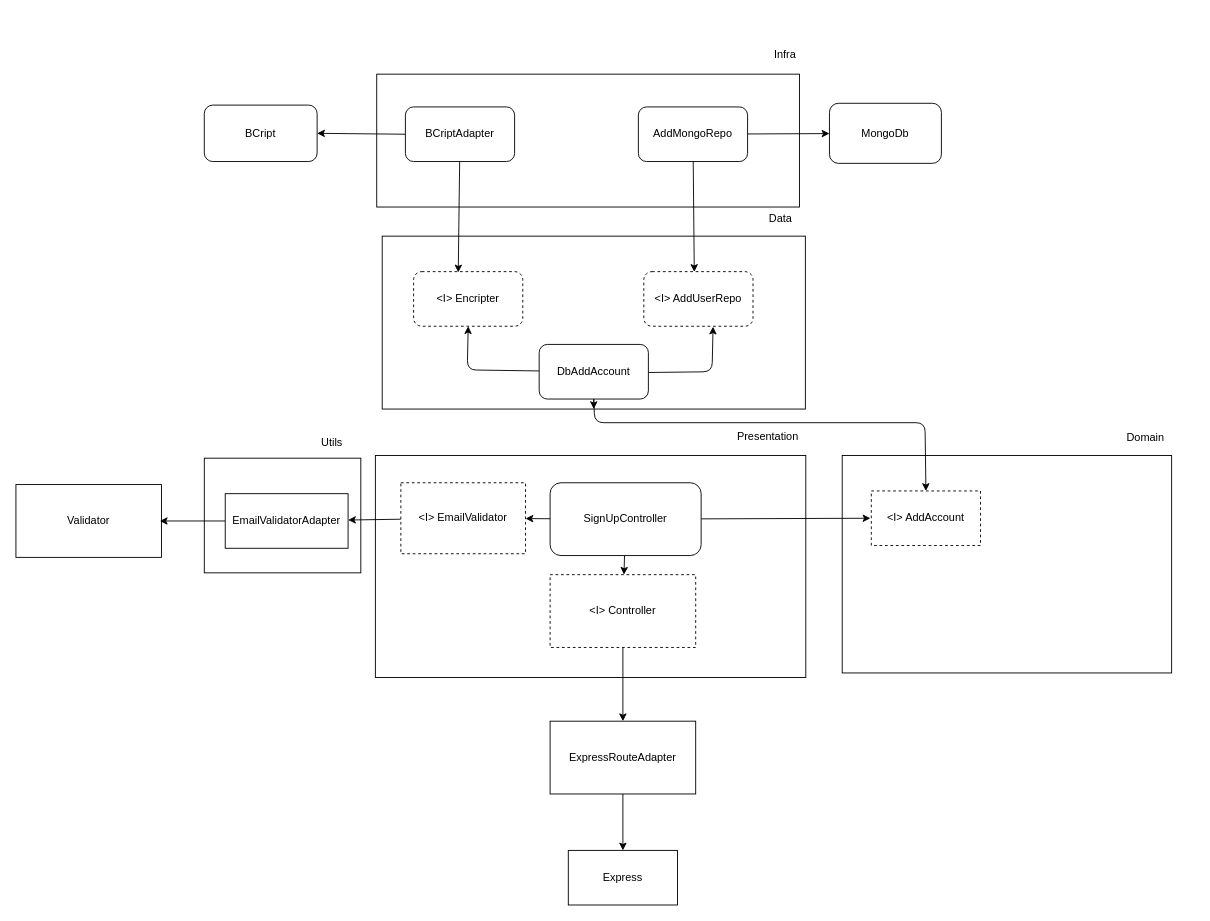
Earlier version of the draw.io diagram arch.drawio (crislerwin/clean-node-api). Source tidied: cells renumbered, new cells numbered last; positions are measured from the earlier drawing's top-left corner, leaving out a move shared by most shapes. Both pictures are drawn from the tidied source at 91%, with x=0, y=0 at pixel (15, 43).
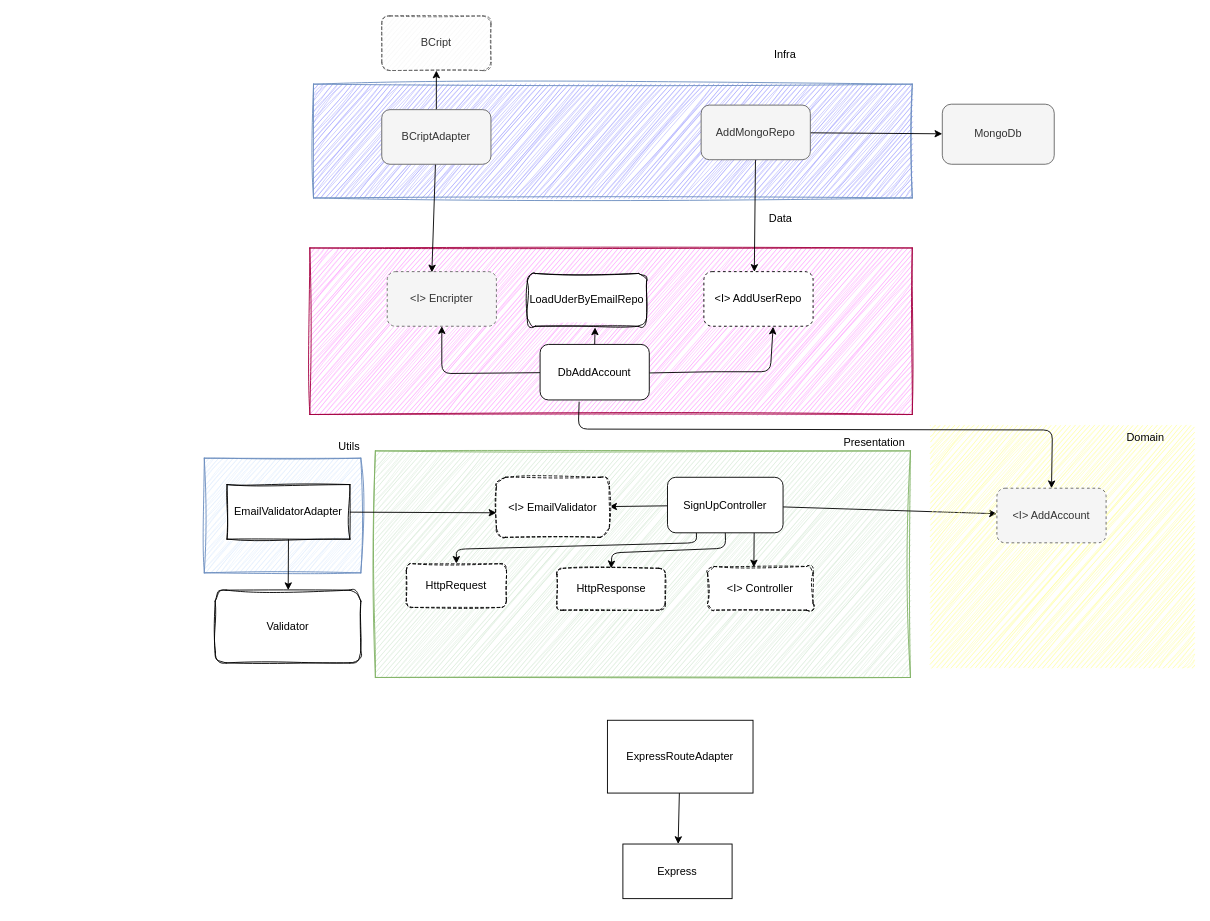
After the change.

What changed in the source:
```diff
@@
-    <mxCell id="2" value="MongoDb" style="rounded=1;whiteSpace=wrap;html=1;" parent="1" vertex="1">
-      <mxGeometry x="894" y="66" width="123" height="66" as="geometry" />
+    <mxCell id="2" value="MongoDb" style="rounded=1;whiteSpace=wrap;html=1;fillColor=#f5f5f5;fontColor=#333333;strokeColor=#666666;" parent="1" vertex="1">
+      <mxGeometry x="1018" y="67" width="123" height="66" as="geometry" />
     </mxCell>
-    <mxCell id="3" value="Validator" style="rounded=0;whiteSpace=wrap;html=1;" parent="1" vertex="1">
-      <mxGeometry y="485" width="160" height="80" as="geometry" />
+    <mxCell id="3" value="Validator" style="rounded=1;whiteSpace=wrap;html=1;sketch=1;curveFitting=1;jiggle=2;" parent="1" vertex="1">
+      <mxGeometry x="219" y="601" width="160" height="80" as="geometry" />
     </mxCell>
-    <mxCell id="4" value="BCript&lt;br&gt;" style="rounded=1;whiteSpace=wrap;html=1;" parent="1" vertex="1">
-      <mxGeometry x="207" y="68" width="124" height="62" as="geometry" />
-    </mxCell>
-    <mxCell id="5" style="rounded=0;whiteSpace=wrap;html=1;fillColor=none;" parent="1" vertex="1">
-      <mxGeometry x="395" y="453" width="473" height="244" as="geometry" />
+    <mxCell id="5" style="rounded=0;whiteSpace=wrap;html=1;fillColor=#d5e8d4;strokeColor=#82b366;shadow=0;sketch=1;curveFitting=1;jiggle=2;" parent="1" vertex="1">
+      <mxGeometry x="395" y="448" width="588" height="249" as="geometry" />
     </mxCell>
+    <mxCell id="7" style="edgeStyle=none;html=1;rounded=0;" parent="1" edge="1" source="9" target="13">
+      <mxGeometry relative="1" as="geometry" />
+    </mxCell>
+    <mxCell id="42" style="edgeStyle=none;html=1;" parent="1" edge="1" source="9" target="22">
+      <mxGeometry relative="1" as="geometry" />
+    </mxCell>
+    <mxCell id="43" style="edgeStyle=none;html=1;exitX=0.5;exitY=1;exitDx=0;exitDy=0;entryX=0.5;entryY=0;entryDx=0;entryDy=0;" parent="1" edge="1" source="9" target="50">
+      <mxGeometry relative="1" as="geometry">
+        <Array as="points">
+          <mxPoint x="780" y="555" />
+          <mxPoint x="655" y="560" />
+        </Array>
+      </mxGeometry>
+    </mxCell>
+    <mxCell id="44" style="edgeStyle=none;html=1;exitX=0.25;exitY=1;exitDx=0;exitDy=0;entryX=0.5;entryY=0;entryDx=0;entryDy=0;" parent="1" edge="1" source="9" target="51">
+      <mxGeometry relative="1" as="geometry">
+        <Array as="points">
+          <mxPoint x="748" y="549" />
+          <mxPoint x="484" y="556" />
+        </Array>
+      </mxGeometry>
+    </mxCell>
-    <mxCell id="6" style="edgeStyle=none;html=1;rounded=0;" parent="1" edge="1" source="9" target="11">
+    <mxCell id="6" style="edgeStyle=none;html=1;exitX=0.75;exitY=1;exitDx=0;exitDy=0;entryX=0.439;entryY=0.021;entryDx=0;entryDy=0;entryPerimeter=0;" parent="1" edge="1" source="9" target="11">
       <mxGeometry relative="1" as="geometry" />
     </mxCell>
-    <mxCell id="7" style="edgeStyle=none;html=1;rounded=0;" parent="1" edge="1" source="9" target="13">
-      <mxGeometry relative="1" as="geometry" />
-    </mxCell>
-    <mxCell id="8" style="edgeStyle=none;html=1;entryX=0;entryY=0.5;entryDx=0;entryDy=0;rounded=0;" parent="1" edge="1" source="9">
-      <mxGeometry relative="1" as="geometry">
-        <mxPoint x="939" y="522" as="targetPoint" />
-      </mxGeometry>
-    </mxCell>
     <mxCell id="9" value="SignUpController" style="rounded=1;whiteSpace=wrap;html=1;" parent="1" vertex="1">
-      <mxGeometry x="587" y="483" width="166" height="80" as="geometry" />
+      <mxGeometry x="716" y="477" width="127" height="61" as="geometry" />
     </mxCell>
-    <mxCell id="10" style="edgeStyle=none;html=1;rounded=0;" parent="1" edge="1" source="11" target="15">
-      <mxGeometry relative="1" as="geometry" />
-    </mxCell>
-    <mxCell id="11" value="&amp;lt;I&amp;gt; Controller" style="rounded=0;whiteSpace=wrap;html=1;dashed=1;" parent="1" vertex="1">
-      <mxGeometry x="587" y="584" width="160" height="80" as="geometry" />
+    <mxCell id="11" value="&amp;lt;I&amp;gt; Controller" style="rounded=1;whiteSpace=wrap;html=1;dashed=1;sketch=1;curveFitting=1;jiggle=2;" parent="1" vertex="1">
+      <mxGeometry x="760" y="575" width="116" height="48" as="geometry" />
     </mxCell>
-    <mxCell id="12" style="edgeStyle=none;html=1;rounded=0;" parent="1" edge="1" source="13" target="19">
-      <mxGeometry relative="1" as="geometry" />
-    </mxCell>
-    <mxCell id="13" value="&amp;lt;I&amp;gt; EmailValidator" style="rounded=0;whiteSpace=wrap;html=1;dashed=1;" parent="1" vertex="1">
-      <mxGeometry x="423" y="483" width="137" height="78" as="geometry" />
+    <mxCell id="13" value="&amp;lt;I&amp;gt; EmailValidator" style="rounded=1;whiteSpace=wrap;html=1;dashed=1;sketch=1;curveFitting=1;jiggle=2;" parent="1" vertex="1">
+      <mxGeometry x="528" y="477" width="124" height="66" as="geometry" />
     </mxCell>
@@
     <mxCell id="15" value="ExpressRouteAdapter" style="rounded=0;whiteSpace=wrap;html=1;" parent="1" vertex="1">
-      <mxGeometry x="587" y="745" width="160" height="80" as="geometry" />
+      <mxGeometry x="650" y="744" width="160" height="80" as="geometry" />
     </mxCell>
     <mxCell id="16" value="Express" style="whiteSpace=wrap;html=1;rounded=0;" parent="1" vertex="1">
-      <mxGeometry x="607" y="887" width="120" height="60" as="geometry" />
+      <mxGeometry x="667" y="880" width="120" height="60" as="geometry" />
     </mxCell>
-    <mxCell id="17" style="rounded=0;whiteSpace=wrap;html=1;fillColor=none;" parent="1" vertex="1">
+    <mxCell id="17" style="rounded=0;whiteSpace=wrap;html=1;fillColor=#dae8fc;strokeColor=#6c8ebf;sketch=1;curveFitting=1;jiggle=2;" parent="1" vertex="1">
       <mxGeometry x="207" y="456" width="172" height="126" as="geometry" />
     </mxCell>
-    <mxCell id="18" style="edgeStyle=none;html=1;rounded=0;" parent="1" edge="1" source="19">
-      <mxGeometry relative="1" as="geometry">
-        <mxPoint x="158.1" y="525" as="targetPoint" />
-      </mxGeometry>
-    </mxCell>
+    <mxCell id="45" style="edgeStyle=none;html=1;entryX=0.001;entryY=0.596;entryDx=0;entryDy=0;entryPerimeter=0;" parent="1" edge="1" source="19" target="13">
+      <mxGeometry relative="1" as="geometry">
+        <Array as="points">
+          <mxPoint x="528" y="516" />
+        </Array>
+      </mxGeometry>
+    </mxCell>
+    <mxCell id="46" style="edgeStyle=none;html=1;exitX=0.5;exitY=1;exitDx=0;exitDy=0;" parent="1" edge="1" source="19" target="3">
+      <mxGeometry relative="1" as="geometry" />
+    </mxCell>
-    <mxCell id="19" value="EmailValidatorAdapter" style="rounded=0;whiteSpace=wrap;html=1;" parent="1" vertex="1">
-      <mxGeometry x="230" y="495" width="135" height="60" as="geometry" />
+    <mxCell id="19" value="EmailValidatorAdapter" style="rounded=0;whiteSpace=wrap;html=1;sketch=1;curveFitting=1;jiggle=2;" parent="1" vertex="1">
+      <mxGeometry x="232" y="485" width="135" height="60" as="geometry" />
     </mxCell>
     <mxCell id="20" value="Presentation&lt;br&gt;" style="text;html=1;align=center;verticalAlign=middle;strokeColor=none;fillColor=none;rounded=0;" parent="1" vertex="1">
-      <mxGeometry x="783" y="419" width="85" height="26" as="geometry" />
+      <mxGeometry x="900" y="426" width="85" height="26" as="geometry" />
     </mxCell>
-    <mxCell id="21" style="rounded=0;whiteSpace=wrap;html=1;fillColor=none;" parent="1" vertex="1">
-      <mxGeometry x="908" y="453" width="362" height="239" as="geometry" />
+    <mxCell id="21" style="rounded=0;whiteSpace=wrap;html=1;fillColor=#FFFF99;strokeColor=none;fontColor=#ffffff;sketch=1;curveFitting=1;jiggle=2;" parent="1" vertex="1">
+      <mxGeometry x="1005" y="420" width="290" height="266" as="geometry" />
     </mxCell>
-    <mxCell id="22" value="&amp;lt;I&amp;gt; AddAccount" style="rounded=0;whiteSpace=wrap;html=1;dashed=1;fillColor=none;" parent="1" vertex="1">
-      <mxGeometry x="940" y="492" width="120" height="60" as="geometry" />
+    <mxCell id="22" value="&amp;lt;I&amp;gt; AddAccount" style="rounded=1;whiteSpace=wrap;html=1;dashed=1;fillColor=#f5f5f5;fontColor=#333333;strokeColor=#666666;" parent="1" vertex="1">
+      <mxGeometry x="1078" y="489" width="120" height="60" as="geometry" />
     </mxCell>
@@
     <mxCell id="24" value="Utils" style="text;html=1;align=center;verticalAlign=middle;strokeColor=none;fillColor=none;rounded=0;" parent="1" vertex="1">
-      <mxGeometry x="326" y="426" width="41" height="26" as="geometry" />
+      <mxGeometry x="345" y="430" width="41" height="26" as="geometry" />
     </mxCell>
-    <mxCell id="25" style="edgeStyle=none;html=1;entryX=0.5;entryY=0;entryDx=0;entryDy=0;exitX=0.5;exitY=1;exitDx=0;exitDy=0;" parent="1" edge="1" source="32" target="22">
-      <mxGeometry relative="1" as="geometry">
-        <Array as="points">
-          <mxPoint x="636" y="417" />
-          <mxPoint x="999" y="417" />
-        </Array>
-      </mxGeometry>
-    </mxCell>
-    <mxCell id="26" style="rounded=0;whiteSpace=wrap;html=1;fillColor=none;" parent="1" vertex="1">
-      <mxGeometry x="402.5" y="212" width="465" height="190" as="geometry" />
+    <mxCell id="26" style="rounded=0;whiteSpace=wrap;html=1;fillColor=#FF99FF;fontColor=#ffffff;strokeColor=#A50040;sketch=1;curveFitting=1;jiggle=2;" parent="1" vertex="1">
+      <mxGeometry x="323" y="225" width="662" height="183" as="geometry" />
     </mxCell>
-    <mxCell id="27" value="&amp;lt;I&amp;gt; Encripter" style="rounded=1;whiteSpace=wrap;html=1;dashed=1;" parent="1" vertex="1">
-      <mxGeometry x="437" y="251" width="120" height="60" as="geometry" />
+    <mxCell id="27" value="&amp;lt;I&amp;gt; Encripter" style="rounded=1;whiteSpace=wrap;html=1;dashed=1;fillColor=#f5f5f5;fontColor=#333333;strokeColor=#666666;" parent="1" vertex="1">
+      <mxGeometry x="408" y="251" width="120" height="60" as="geometry" />
     </mxCell>
     <mxCell id="28" value="&amp;lt;I&amp;gt; AddUserRepo" style="rounded=1;whiteSpace=wrap;html=1;dashed=1;" parent="1" vertex="1">
-      <mxGeometry x="690" y="251" width="120" height="60" as="geometry" />
+      <mxGeometry x="756" y="251" width="120" height="60" as="geometry" />
     </mxCell>
-    <mxCell id="29" style="edgeStyle=none;html=1;" parent="1" edge="1" source="32" target="26">
-      <mxGeometry relative="1" as="geometry" />
-    </mxCell>
     <mxCell id="30" style="edgeStyle=none;html=1;entryX=0.5;entryY=1;entryDx=0;entryDy=0;" parent="1" edge="1" source="32" target="27">
       <mxGeometry relative="1" as="geometry">
         <Array as="points">
-          <mxPoint x="496" y="359" />
+          <mxPoint x="468" y="363" />
         </Array>
       </mxGeometry>
     </mxCell>
     <mxCell id="31" style="edgeStyle=none;html=1;entryX=0.634;entryY=1.008;entryDx=0;entryDy=0;entryPerimeter=0;exitX=1;exitY=0.514;exitDx=0;exitDy=0;exitPerimeter=0;" parent="1" edge="1" source="32" target="28">
       <mxGeometry relative="1" as="geometry">
         <Array as="points">
           <mxPoint x="765" y="361" />
+          <mxPoint x="829" y="361" />
         </Array>
       </mxGeometry>
     </mxCell>
+    <mxCell id="47" style="edgeStyle=none;html=1;entryX=0.5;entryY=0;entryDx=0;entryDy=0;exitX=0.447;exitY=0.923;exitDx=0;exitDy=0;exitPerimeter=0;" parent="1" edge="1" source="26" target="22">
+      <mxGeometry relative="1" as="geometry">
+        <Array as="points">
+          <mxPoint x="618" y="424" />
+          <mxPoint x="1139" y="425" />
+        </Array>
+      </mxGeometry>
+    </mxCell>
+    <mxCell id="48" style="edgeStyle=none;html=1;exitX=0.5;exitY=0;exitDx=0;exitDy=0;entryX=0.568;entryY=1.022;entryDx=0;entryDy=0;entryPerimeter=0;" parent="1" edge="1" source="32" target="49">
+      <mxGeometry relative="1" as="geometry" />
+    </mxCell>
     <mxCell id="32" value="DbAddAccount" style="rounded=1;whiteSpace=wrap;html=1;" parent="1" vertex="1">
-      <mxGeometry x="575" y="331" width="120" height="60" as="geometry" />
+      <mxGeometry x="576" y="331" width="120" height="61" as="geometry" />
     </mxCell>
@@
-    <mxCell id="34" style="rounded=0;whiteSpace=wrap;html=1;fillColor=none;" parent="1" vertex="1">
-      <mxGeometry x="396.5" y="34" width="464.5" height="146" as="geometry" />
+    <mxCell id="34" style="rounded=0;whiteSpace=wrap;html=1;fillColor=#9999FF;strokeColor=#6c8ebf;sketch=1;curveFitting=1;jiggle=2;" parent="1" vertex="1">
+      <mxGeometry x="327" y="45" width="658" height="125" as="geometry" />
     </mxCell>
@@
-    <mxCell id="37" style="edgeStyle=none;html=1;exitX=0;exitY=0.5;exitDx=0;exitDy=0;entryX=1;entryY=0.5;entryDx=0;entryDy=0;" parent="1" edge="1" source="38" target="4">
+    <mxCell id="37" style="edgeStyle=none;html=1;" parent="1" edge="1" source="38" target="4">
       <mxGeometry relative="1" as="geometry" />
     </mxCell>
-    <mxCell id="38" value="BCriptAdapter" style="rounded=1;whiteSpace=wrap;html=1;fillColor=none;" parent="1" vertex="1">
-      <mxGeometry x="428" y="70" width="120" height="60" as="geometry" />
+    <mxCell id="38" value="BCriptAdapter" style="rounded=1;whiteSpace=wrap;html=1;fillColor=#f5f5f5;fontColor=#333333;strokeColor=#666666;" parent="1" vertex="1">
+      <mxGeometry x="402" y="73" width="120" height="60" as="geometry" />
     </mxCell>
@@
-    <mxCell id="41" value="AddMongoRepo" style="rounded=1;whiteSpace=wrap;html=1;fillColor=none;" parent="1" vertex="1">
-      <mxGeometry x="684" y="70" width="120" height="60" as="geometry" />
+    <mxCell id="41" value="AddMongoRepo" style="rounded=1;whiteSpace=wrap;html=1;fillColor=#f5f5f5;fontColor=#333333;strokeColor=#666666;" parent="1" vertex="1">
+      <mxGeometry x="753" y="68" width="120" height="60" as="geometry" />
     </mxCell>
+    <mxCell id="49" value="LoadUderByEmailRepo" style="rounded=1;whiteSpace=wrap;html=1;sketch=1;curveFitting=1;jiggle=2;" parent="1" vertex="1">
+      <mxGeometry x="562" y="253" width="131" height="58" as="geometry" />
+    </mxCell>
+    <mxCell id="50" value="HttpResponse" style="rounded=1;whiteSpace=wrap;html=1;shadow=0;sketch=1;dashed=1;" parent="1" vertex="1">
+      <mxGeometry x="594.5" y="577" width="119" height="46" as="geometry" />
+    </mxCell>
+    <mxCell id="51" value="HttpRequest" style="rounded=1;whiteSpace=wrap;html=1;shadow=0;dashed=1;sketch=1;" parent="1" vertex="1">
+      <mxGeometry x="429" y="572" width="110" height="48" as="geometry" />
+    </mxCell>
+    <mxCell id="4" value="BCript" style="rounded=1;whiteSpace=wrap;html=1;shadow=0;dashed=1;sketch=1;fillColor=#f5f5f5;fontColor=#333333;strokeColor=#666666;" parent="1" vertex="1">
+      <mxGeometry x="402" y="-30" width="120" height="60" as="geometry" />
+    </mxCell>
```
